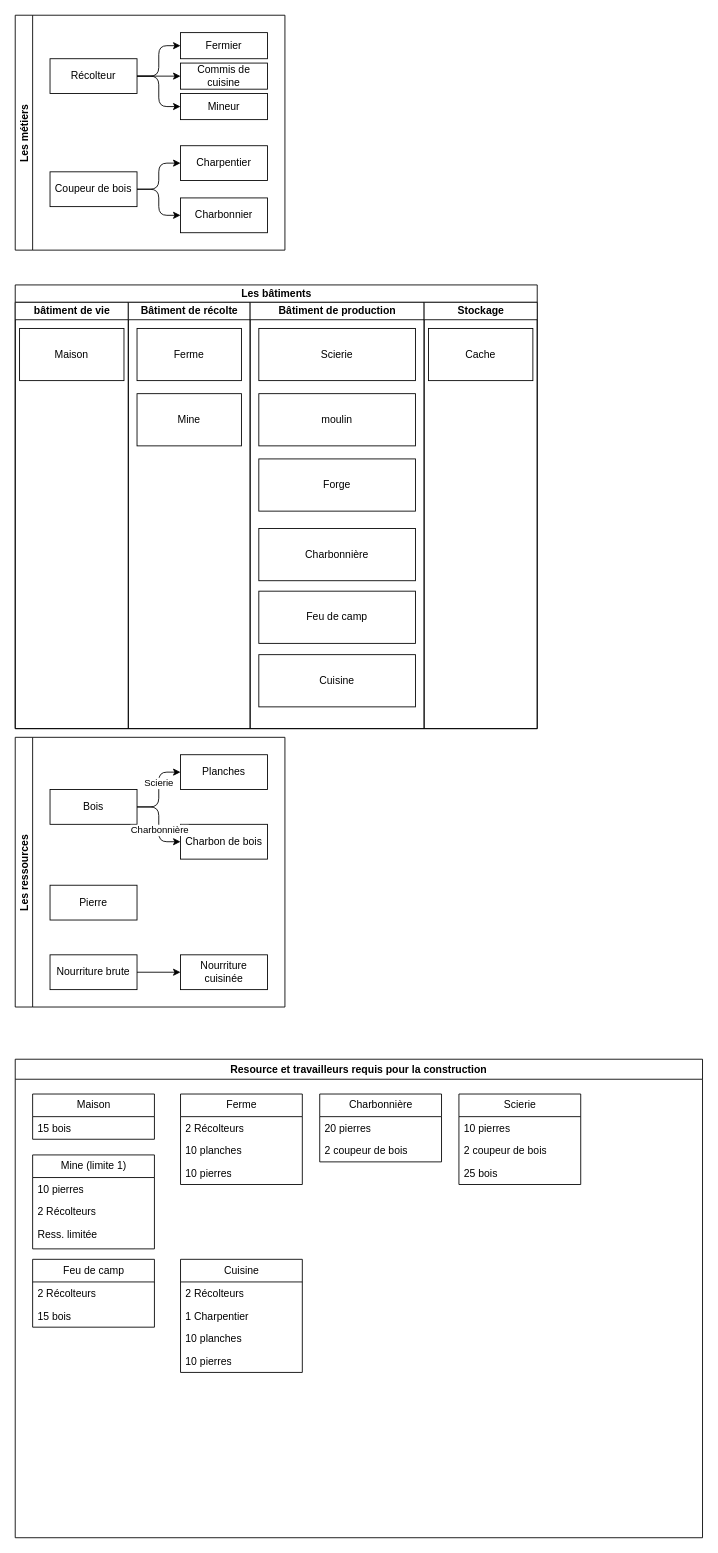
Ajustor/civilization keeps this draw.io diagram as schemas/diagram.drawio. Above is the earlier version. Source tidied: cells renumbered, new cells numbered last; positions are measured from the earlier drawing's top-left corner, leaving out a move shared by most shapes. Both pictures are drawn from the tidied source at 87%, with x=0, y=0 at pixel (15, 15).
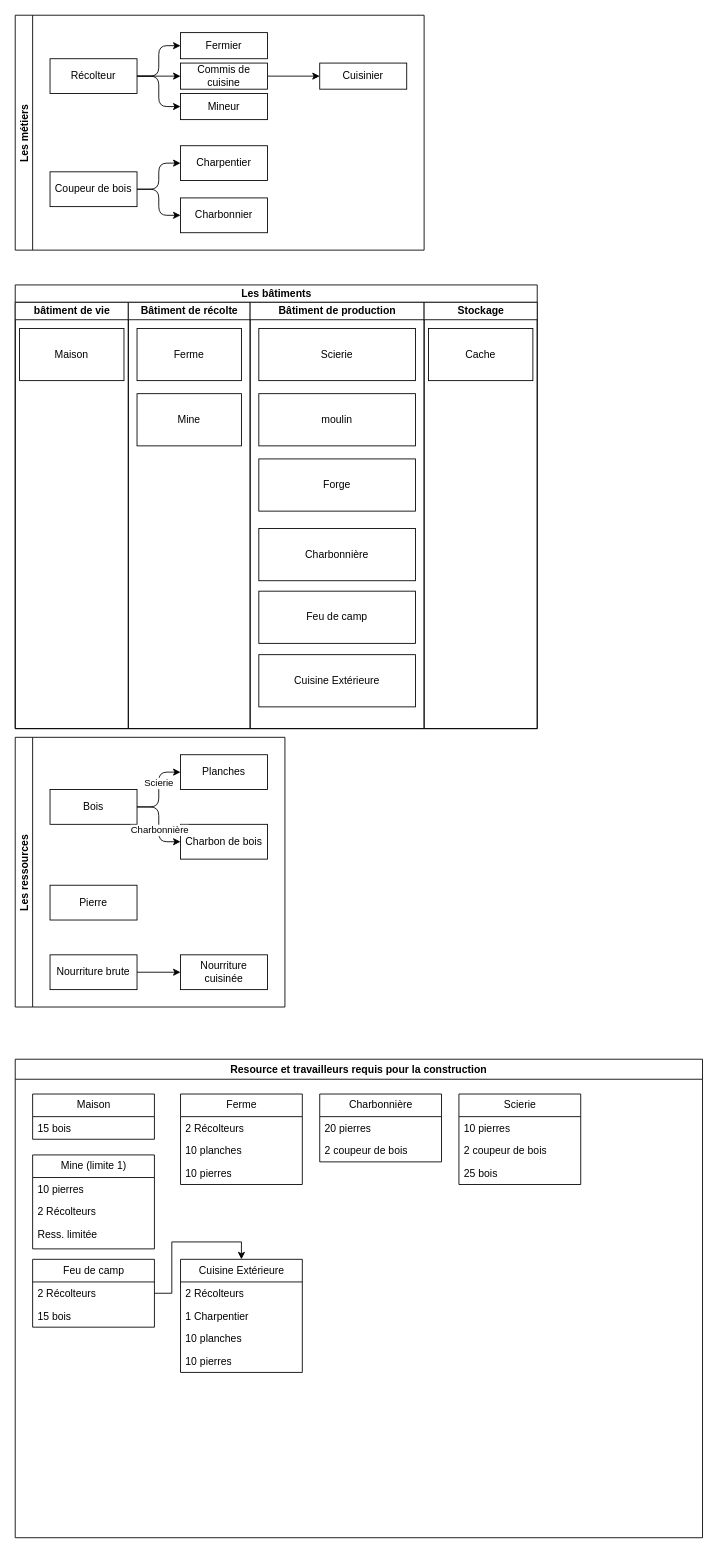
The same diagram, later.

Unchanged cells that the change refers to:
```xml
<mxCell id="14" value="Commis de cuisine" style="whiteSpace=wrap;html=1;" parent="2" vertex="1">
  <mxGeometry x="190" y="55" width="100" height="30" as="geometry" />
</mxCell>
<mxCell id="21" value="Bâtiment de production" style="swimlane;startSize=20;html=1;" parent="15" vertex="1">
  <mxGeometry x="270" y="20" width="200" height="490" as="geometry" />
</mxCell>
<mxCell id="42" value="Resource et travailleurs requis pour la construction" style="swimlane;" parent="1" vertex="1">
  <mxGeometry y="1200" width="790" height="550" as="geometry" />
</mxCell>
<mxCell id="62" value="2 Récolteurs" style="text;strokeColor=none;fillColor=none;align=left;verticalAlign=top;spacingLeft=4;spacingRight=4;overflow=hidden;points=[[0,0.5],[1,0.5]];portConstraint=eastwest;whiteSpace=wrap;html=1;" parent="61" vertex="1">
  <mxGeometry y="26" width="140" height="26" as="geometry" />
</mxCell>
```

Diff of the diagram source:
```diff
@@
     <mxCell id="2" value="Les métiers" style="swimlane;startSize=20;horizontal=0;horizontalTree=1;sortEdges=1;containerType=tree;fontSize=12;" parent="1" vertex="1">
-      <mxGeometry width="310" height="270" as="geometry" />
+      <mxGeometry width="470" height="270" as="geometry" />
     </mxCell>
@@
+    <mxCell id="68" style="edgeStyle=orthogonalEdgeStyle;rounded=0;jettySize=auto;html=1;exitX=1;exitY=0.5;exitDx=0;exitDy=0;entryX=0;entryY=0.5;entryDx=0;entryDy=0;" parent="2" edge="1" source="14" target="69">
+      <mxGeometry relative="1" as="geometry" />
+    </mxCell>
@@
+    <mxCell id="69" value="Cuisinier" style="whiteSpace=wrap;html=1;" parent="2" vertex="1">
+      <mxGeometry x="350" y="55" width="100" height="30" as="geometry" />
+    </mxCell>
@@
-    <mxCell id="27" value="Cuisine" style="whiteSpace=wrap;html=1;" parent="21" vertex="1">
+    <mxCell id="27" value="Cuisine Extérieure" style="whiteSpace=wrap;html=1;" parent="21" vertex="1">
       <mxGeometry x="10" y="405" width="180" height="60" as="geometry" />
     </mxCell>
@@
-    <mxCell id="56" value="Cuisine" style="swimlane;fontStyle=0;horizontal=1;startSize=26;fillColor=none;html=1;" parent="42" vertex="1">
+    <mxCell id="56" value="Cuisine Extérieure" style="swimlane;fontStyle=0;horizontal=1;startSize=26;fillColor=none;html=1;" parent="42" vertex="1">
       <mxGeometry x="190" y="230" width="140" height="130" as="geometry" />
     </mxCell>
@@
+    <mxCell id="70" style="edgeStyle=orthogonalEdgeStyle;rounded=0;jettySize=auto;html=1;exitX=1;exitY=0.5;exitDx=0;exitDy=0;entryX=0.5;entryY=0;entryDx=0;entryDy=0;" parent="42" edge="1" source="62" target="56">
+      <mxGeometry relative="1" as="geometry" />
+    </mxCell>
```
